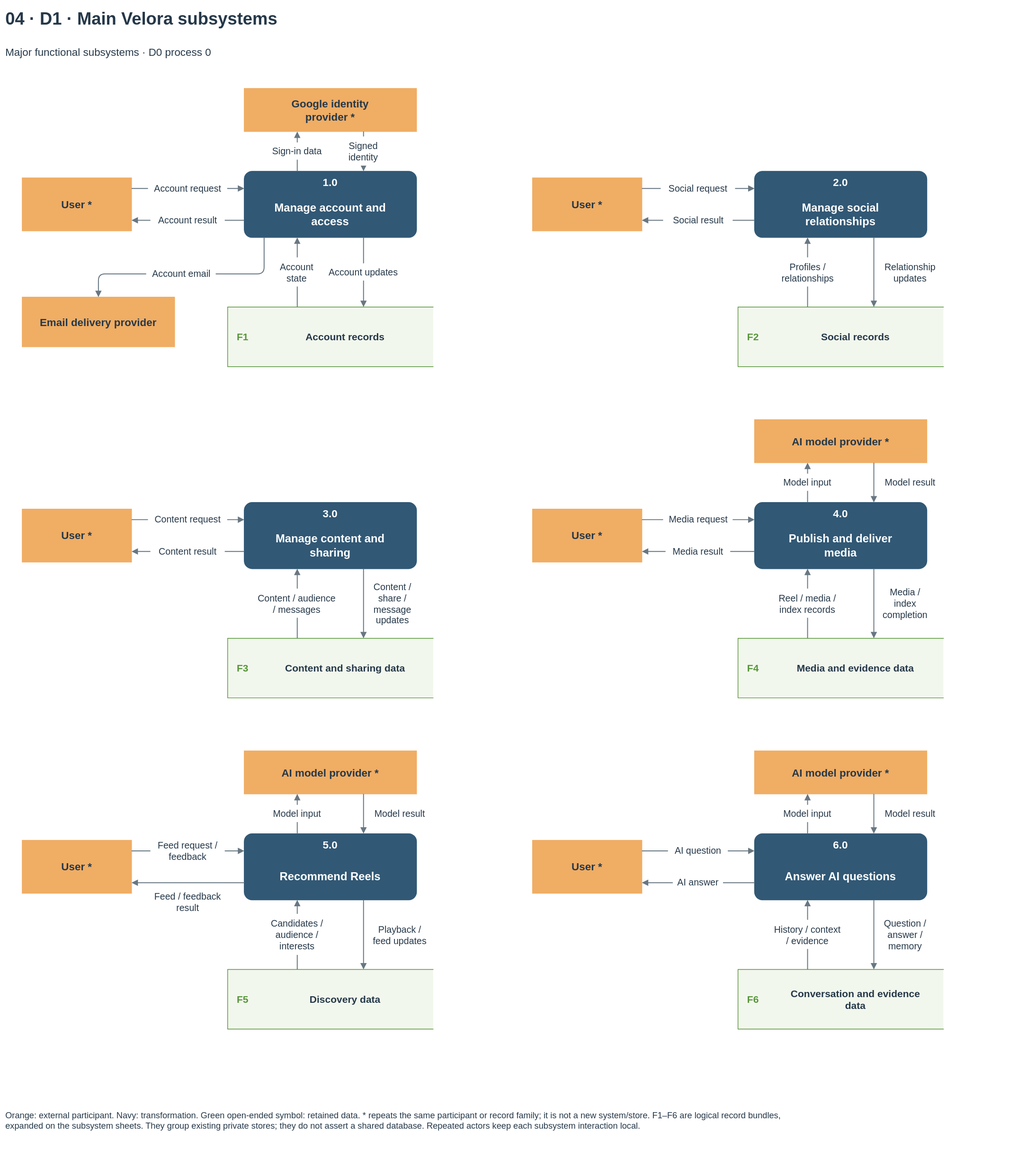
Above: docs/diagrams/velora-current/importable-svg/04-dfd-overview.drawio.svg in HieuCuteDangYeu/velora-backend (draw.io), before the change. Source tidied: cells renumbered, new cells last; positions are measured from the earlier drawing's top-left corner, leaving out a move shared by most shapes.
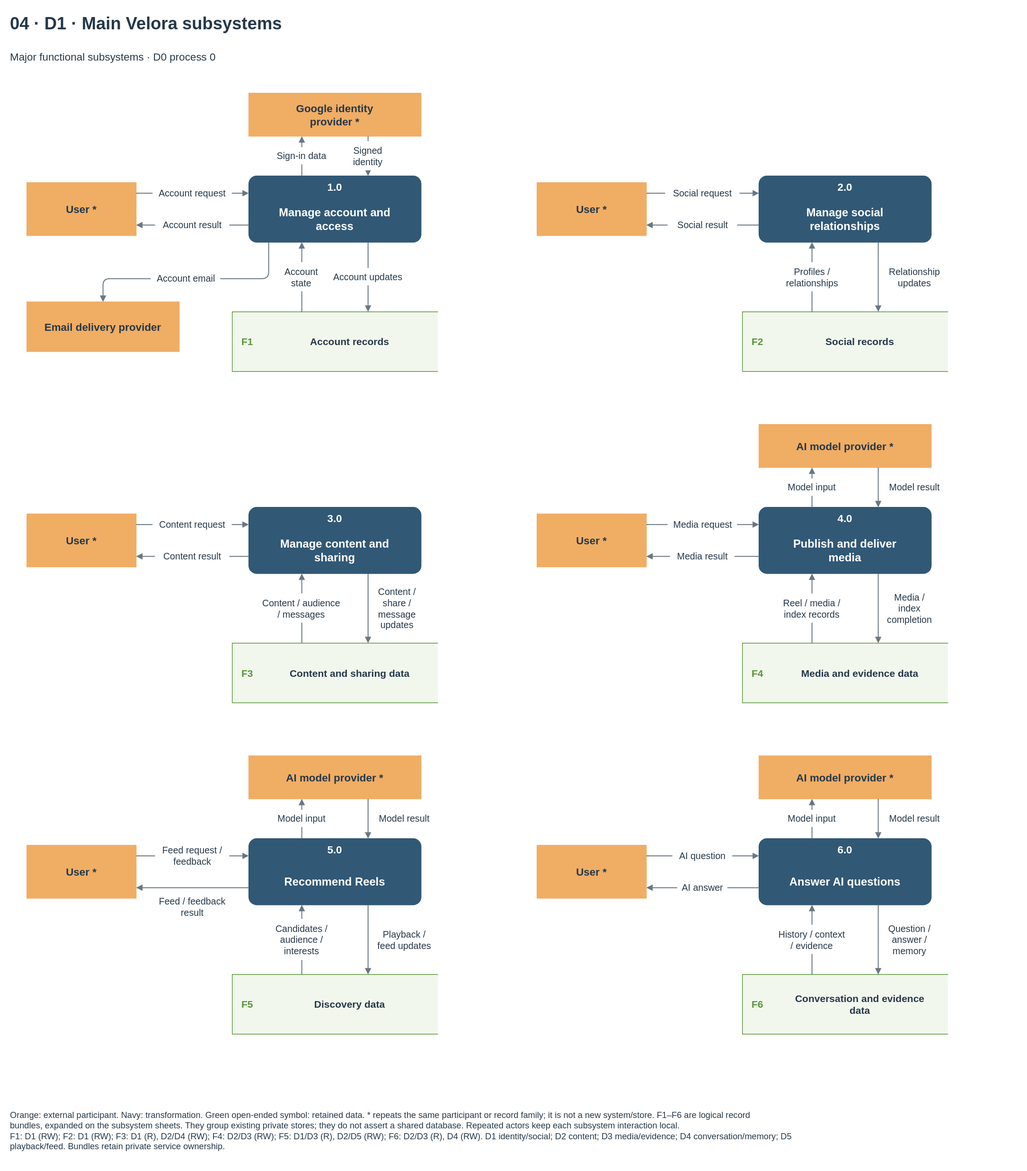
Above is the later version.

What changed in the source:
```diff
@@ -484,8 +484,8 @@
     <mxCell id="160" value="Account email" style="text;html=1;whiteSpace=wrap;fontFamily=Arial;fontSize=14;fontColor=#253849;fontStyle=0;align=center;verticalAlign=middle;spacing=0;" parent="1" vertex="1">
       <mxGeometry x="212.6" y="392" width="104.9" height="26" as="geometry" />
     </mxCell>
-    <mxCell id="161" value="Orange: external participant. Navy: transformation. Green open-ended symbol: retained data. * repeats the same participant or record family; it is not a new system/store. F1–F6 are logical record bundles,&lt;br&gt;expanded on the subsystem sheets. They group existing private stores; they do not assert a shared database. Repeated actors keep each subsystem interaction local." style="text;html=1;whiteSpace=wrap;fontFamily=Arial;fontSize=13;fontColor=#253849;fontStyle=0;align=left;verticalAlign=middle;spacing=0;" parent="1" vertex="1">
-      <mxGeometry y="1645" width="1520" height="75" as="geometry" />
+    <mxCell id="161" value="Orange: external participant. Navy: transformation. Green open-ended symbol: retained data. * repeats the same participant or record family; it is not a new system/store. F1–F6 are logical record&lt;br&gt;bundles, expanded on the subsystem sheets. They group existing private stores; they do not assert a shared database. Repeated actors keep each subsystem interaction local.&lt;br&gt;F1: D1 (RW); F2: D1 (RW); F3: D1 (R), D2/D4 (RW); F4: D2/D3 (RW); F5: D1/D3 (R), D2/D5 (RW); F6: D2/D3 (R), D4 (RW). D1 identity/social; D2 content; D3 media/evidence; D4 conversation/memory; D5&lt;br&gt;playback/feed. Bundles retain private service ownership." style="text;html=1;whiteSpace=wrap;fontFamily=Arial;fontSize=13;fontColor=#253849;fontStyle=0;align=left;verticalAlign=middle;spacing=0;" parent="1" vertex="1">
+      <mxGeometry y="1645" width="1520" height="92" as="geometry" />
     </mxCell>
   </root>
 </mxGraphModel>
```
